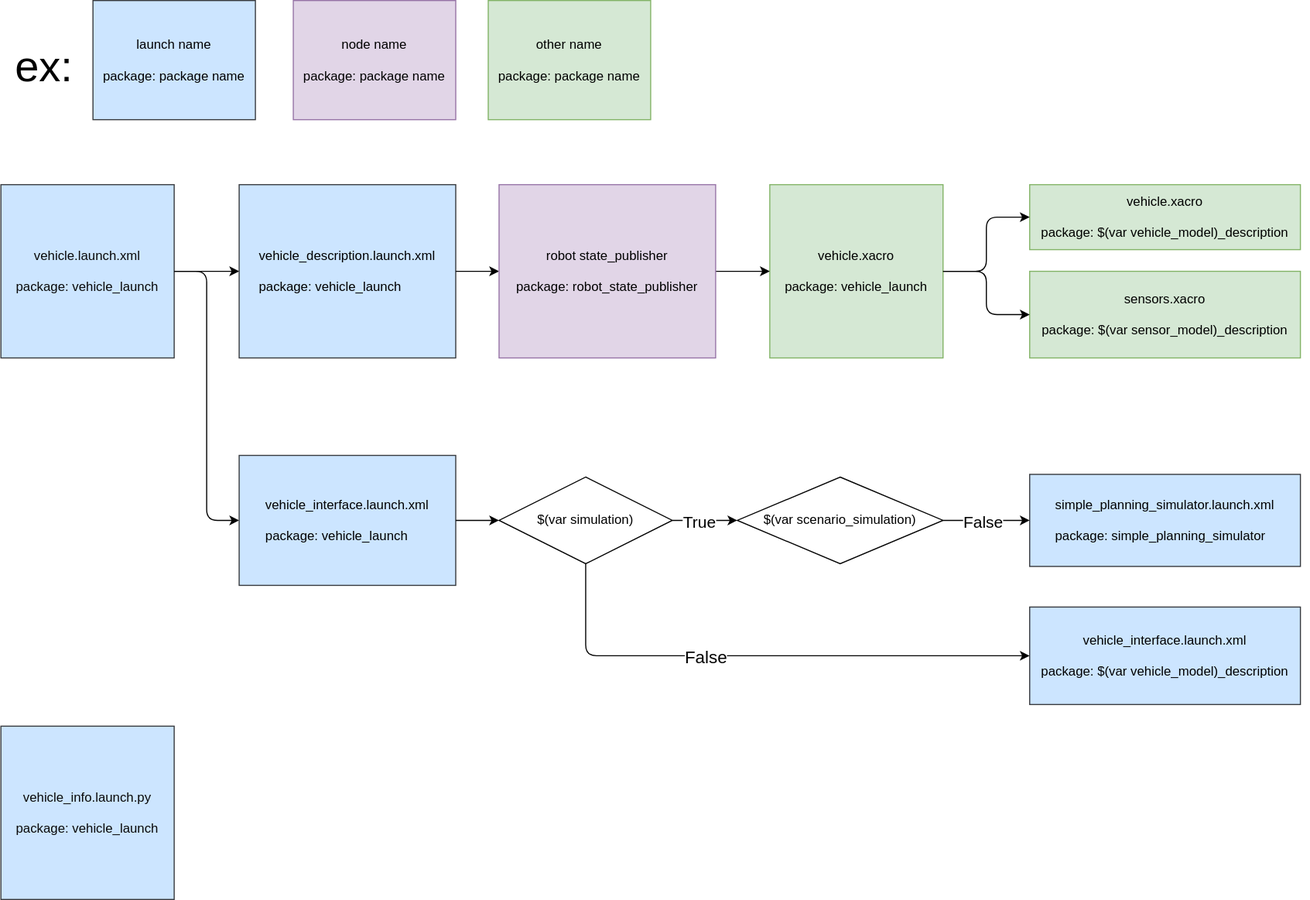
Before: vehicle_launch/vehicle_launch.drawio.svg, a diagram exported from draw.io (autowarefoundation/autoware_launch). Source tidied: cells renumbered, new cells last; positions are measured from the earlier drawing's top-left corner, leaving out a move shared by most shapes. Source of this version:
```xml
<mxGraphModel>
  <root>
    <mxCell id="0" />
    <mxCell id="1" parent="0" />
    <mxCell id="2" value="vehicle.launch.xml&lt;br&gt;&lt;br&gt;&lt;div style=&quot;&quot;&gt;&lt;span&gt;package: vehicle_launch&lt;/span&gt;&lt;/div&gt;" style="rounded=0;whiteSpace=wrap;html=1;fillColor=#cce5ff;strokeColor=#36393d;fontColor=#0A0A0A;verticalAlign=middle;align=center;" parent="1" vertex="1">
      <mxGeometry y="170" width="160" height="160" as="geometry" />
    </mxCell>
    <mxCell id="3" value="vehicle_description.launch.xml&lt;br&gt;&lt;br&gt;&lt;div style=&quot;text-align: left&quot;&gt;package: vehicle_launch&lt;/div&gt;" style="rounded=0;whiteSpace=wrap;html=1;fillColor=#cce5ff;strokeColor=#36393d;fontColor=#000000;" parent="1" vertex="1">
      <mxGeometry x="220" y="170" width="200" height="160" as="geometry" />
    </mxCell>
    <mxCell id="4" style="endArrow=classic;html=1;exitX=1;exitY=0.5;exitDx=0;exitDy=0;entryX=0;entryY=0.5;entryDx=0;entryDy=0;" parent="1" edge="1" source="2" target="3">
      <mxGeometry relative="1" as="geometry" />
    </mxCell>
    <mxCell id="5" style="endArrow=classic;html=1;exitX=1;exitY=0.5;exitDx=0;exitDy=0;entryX=0;entryY=0.5;entryDx=0;entryDy=0;" parent="1" edge="1" source="2" target="6">
      <mxGeometry relative="1" as="geometry">
        <Array as="points">
          <mxPoint x="190" y="250" />
          <mxPoint x="190" y="350" />
          <mxPoint x="190" y="480" />
        </Array>
      </mxGeometry>
    </mxCell>
    <mxCell id="6" value="vehicle_interface.launch.xml&lt;br&gt;&lt;br&gt;&lt;div style=&quot;text-align: left&quot;&gt;&lt;span&gt;package: vehicle_launch&lt;/span&gt;&lt;/div&gt;" style="rounded=0;whiteSpace=wrap;html=1;fillColor=#cce5ff;strokeColor=#36393d;fontColor=#000000;" parent="1" vertex="1">
      <mxGeometry x="220" y="420" width="200" height="120" as="geometry" />
    </mxCell>
    <mxCell id="7" value="simple_planning_simulator.launch.xml&lt;br&gt;&lt;br&gt;&lt;div style=&quot;text-align: left&quot;&gt;&lt;span&gt;package: simple_planning_simulator&lt;/span&gt;&lt;/div&gt;" style="rounded=0;whiteSpace=wrap;html=1;fillColor=#cce5ff;strokeColor=#36393d;fontColor=#000000;verticalAlign=middle;" parent="1" vertex="1">
      <mxGeometry x="950" y="437.5" width="250" height="85" as="geometry" />
    </mxCell>
    <mxCell id="8" style="edgeStyle=none;rounded=0;jettySize=auto;html=1;exitX=1;exitY=0.5;exitDx=0;exitDy=0;entryX=0;entryY=0.5;entryDx=0;entryDy=0;" parent="1" edge="1" source="14" target="27">
      <mxGeometry relative="1" as="geometry" />
    </mxCell>
    <mxCell id="9" value="True" style="edgeLabel;html=1;align=center;verticalAlign=middle;fontSize=15;" parent="8" vertex="1">
      <mxGeometry x="0.26" y="1" relative="1" as="geometry">
        <mxPoint x="-14" y="1" as="offset" />
      </mxGeometry>
    </mxCell>
    <mxCell id="10" value="vehicle_interface.launch.xml&lt;br&gt;&lt;br&gt;&lt;div style=&quot;text-align: left&quot;&gt;&lt;span&gt;package: $(var vehicle_model)_description&lt;/span&gt;&lt;/div&gt;" style="rounded=0;whiteSpace=wrap;html=1;fillColor=#cce5ff;strokeColor=#36393d;fontColor=#000000;" parent="1" vertex="1">
      <mxGeometry x="950" y="560" width="250" height="90" as="geometry" />
    </mxCell>
    <mxCell id="11" style="endArrow=classic;html=1;entryX=0;entryY=0.5;entryDx=0;entryDy=0;exitX=0.5;exitY=1;exitDx=0;exitDy=0;" parent="1" edge="1" source="14" target="10">
      <mxGeometry relative="1" as="geometry">
        <Array as="points">
          <mxPoint x="540" y="605" />
        </Array>
      </mxGeometry>
    </mxCell>
    <mxCell id="12" value="False" style="edgeLabel;html=1;align=center;verticalAlign=middle;fontSize=16;" parent="11" vertex="1">
      <mxGeometry x="0.09" y="-1" relative="1" as="geometry">
        <mxPoint x="-74" y="-1" as="offset" />
      </mxGeometry>
    </mxCell>
    <mxCell id="13" style="edgeStyle=none;rounded=0;jettySize=auto;html=1;exitX=1;exitY=0.5;exitDx=0;exitDy=0;entryX=0;entryY=0.5;entryDx=0;entryDy=0;" parent="1" edge="1" source="6" target="14">
      <mxGeometry relative="1" as="geometry" />
    </mxCell>
    <mxCell id="14" value="$(var simulation)" style="rhombus;whiteSpace=wrap;html=1;" parent="1" vertex="1">
      <mxGeometry x="460" y="440" width="160" height="80" as="geometry" />
    </mxCell>
    <mxCell id="15" value="vehicle.xacro&lt;br&gt;&lt;br&gt;&lt;div style=&quot;text-align: left&quot;&gt;&lt;span&gt;package: vehicle_launch&lt;/span&gt;&lt;/div&gt;&lt;div style=&quot;text-align: left&quot;&gt;&lt;span&gt;&amp;nbsp;&amp;nbsp;&lt;/span&gt;&lt;/div&gt;" style="rounded=0;whiteSpace=wrap;html=1;fillColor=#d5e8d4;strokeColor=#82b366;fontColor=#000000;" parent="1" vertex="1">
      <mxGeometry x="710" y="170" width="160" height="160" as="geometry" />
    </mxCell>
    <mxCell id="16" style="endArrow=classic;html=1;exitX=1;exitY=0.5;exitDx=0;exitDy=0;entryX=0;entryY=0.5;entryDx=0;entryDy=0;" parent="1" edge="1" source="3" target="26">
      <mxGeometry relative="1" as="geometry" />
    </mxCell>
    <mxCell id="17" value="vehicle.xacro&lt;br&gt;&lt;br&gt;package: $(var vehicle_model)_description" style="rounded=0;whiteSpace=wrap;html=1;fillColor=#d5e8d4;strokeColor=#82b366;fontColor=#000000;" parent="1" vertex="1">
      <mxGeometry x="950" y="170" width="250" height="60" as="geometry" />
    </mxCell>
    <mxCell id="18" value="sensors.xacro&lt;br&gt;&lt;br&gt;&lt;div style=&quot;text-align: left&quot;&gt;&lt;span&gt;package: $(var sensor_model)_description&lt;/span&gt;&lt;/div&gt;" style="rounded=0;whiteSpace=wrap;html=1;fillColor=#d5e8d4;strokeColor=#82b366;fontColor=#000000;" parent="1" vertex="1">
      <mxGeometry x="950" y="250" width="250" height="80" as="geometry" />
    </mxCell>
    <mxCell id="19" style="endArrow=classic;html=1;exitX=1;exitY=0.5;exitDx=0;exitDy=0;entryX=0;entryY=0.5;entryDx=0;entryDy=0;" parent="1" edge="1" source="15" target="17">
      <mxGeometry relative="1" as="geometry">
        <Array as="points">
          <mxPoint x="910" y="250" />
          <mxPoint x="910" y="200" />
        </Array>
      </mxGeometry>
    </mxCell>
    <mxCell id="20" style="endArrow=classic;html=1;entryX=0;entryY=0.5;entryDx=0;entryDy=0;exitX=1;exitY=0.5;exitDx=0;exitDy=0;" parent="1" edge="1" source="15" target="18">
      <mxGeometry relative="1" as="geometry">
        <Array as="points">
          <mxPoint x="910" y="250" />
          <mxPoint x="910" y="290" />
        </Array>
      </mxGeometry>
    </mxCell>
    <mxCell id="21" style="edgeStyle=none;rounded=0;orthogonalLoop=1;jettySize=auto;html=1;entryX=1;entryY=0.5;entryDx=0;entryDy=0;" parent="1" edge="1" source="10" target="10">
      <mxGeometry relative="1" as="geometry" />
    </mxCell>
    <mxCell id="22" value="launch name&lt;br&gt;&lt;br&gt;&lt;div style=&quot;text-align: left&quot;&gt;&lt;span&gt;package: package name&lt;/span&gt;&lt;/div&gt;" style="rounded=0;whiteSpace=wrap;html=1;fillColor=#cce5ff;strokeColor=#36393d;fontColor=#000000;" parent="1" vertex="1">
      <mxGeometry x="85" width="150" height="110" as="geometry" />
    </mxCell>
    <mxCell id="23" value="ex:" style="text;html=1;strokeColor=none;fillColor=none;align=center;verticalAlign=middle;whiteSpace=wrap;rounded=0;fontSize=40;" parent="1" vertex="1">
      <mxGeometry x="20" y="50" width="40" height="20" as="geometry" />
    </mxCell>
    <mxCell id="24" style="endArrow=classic;html=1;exitX=1;exitY=0.5;exitDx=0;exitDy=0;entryX=0;entryY=0.5;entryDx=0;entryDy=0;" parent="1" edge="1" source="26" target="15">
      <mxGeometry relative="1" as="geometry" />
    </mxCell>
    <mxCell id="25" value="node name&lt;br&gt;&lt;br&gt;&lt;div style=&quot;text-align: left&quot;&gt;&lt;span&gt;package: package name&lt;/span&gt;&lt;/div&gt;" style="rounded=0;whiteSpace=wrap;html=1;fillColor=#e1d5e7;strokeColor=#9673a6;fontColor=#000000;" parent="1" vertex="1">
      <mxGeometry x="270" width="150" height="110" as="geometry" />
    </mxCell>
    <mxCell id="26" value="robot state_publisher&lt;br&gt;&lt;br&gt;&lt;div style=&quot;text-align: left&quot;&gt;&lt;span&gt;package: robot_state_publisher&lt;/span&gt;&lt;/div&gt;" style="rounded=0;whiteSpace=wrap;html=1;fillColor=#e1d5e7;strokeColor=#9673a6;fontColor=#000000;" parent="1" vertex="1">
      <mxGeometry x="460" y="170" width="200" height="160" as="geometry" />
    </mxCell>
    <mxCell id="27" value="$(var scenario_simulation)" style="rhombus;whiteSpace=wrap;html=1;" parent="1" vertex="1">
      <mxGeometry x="680" y="440" width="190" height="80" as="geometry" />
    </mxCell>
    <mxCell id="28" style="edgeStyle=none;rounded=0;jettySize=auto;html=1;entryX=0;entryY=0.5;entryDx=0;entryDy=0;exitX=1;exitY=0.5;exitDx=0;exitDy=0;" parent="1" edge="1" source="27" target="7">
      <mxGeometry relative="1" as="geometry" />
    </mxCell>
    <mxCell id="29" value="False" style="edgeLabel;html=1;align=center;verticalAlign=middle;fontSize=15;" parent="28" vertex="1">
      <mxGeometry x="0.26" y="1" relative="1" as="geometry">
        <mxPoint x="-14" y="1" as="offset" />
      </mxGeometry>
    </mxCell>
    <mxCell id="30" value="other name&lt;br&gt;&lt;br&gt;&lt;div style=&quot;text-align: left&quot;&gt;&lt;span&gt;package: package name&lt;/span&gt;&lt;/div&gt;" style="rounded=0;whiteSpace=wrap;html=1;fillColor=#d5e8d4;strokeColor=#82b366;fontColor=#000000;" parent="1" vertex="1">
      <mxGeometry x="450" width="150" height="110" as="geometry" />
    </mxCell>
    <mxCell id="31" value="vehicle_info.launch.py&lt;br&gt;&lt;br&gt;&lt;div&gt;&lt;span&gt;package: vehicle_launch&lt;/span&gt;&lt;/div&gt;" style="rounded=0;whiteSpace=wrap;html=1;fillColor=#cce5ff;strokeColor=#36393d;fontColor=#0A0A0A;verticalAlign=middle;align=center;" parent="1" vertex="1">
      <mxGeometry y="670" width="160" height="160" as="geometry" />
    </mxCell>
  </root>
</mxGraphModel>
```
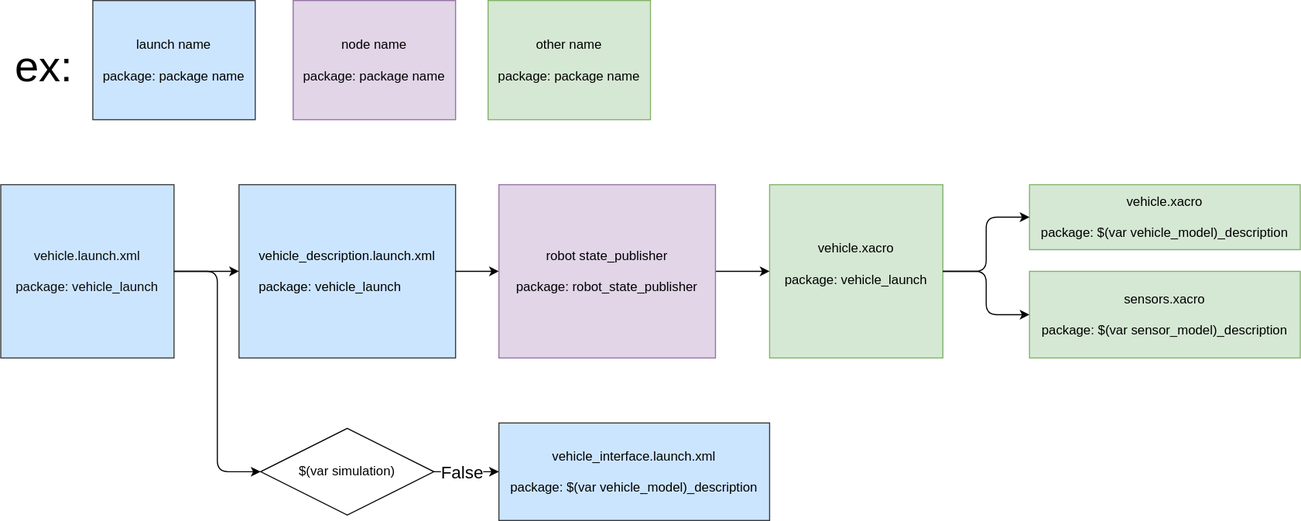
After the commit.

Diff of the diagram source:
```diff
@@ -11,49 +11,22 @@
     <mxCell id="4" style="endArrow=classic;html=1;exitX=1;exitY=0.5;exitDx=0;exitDy=0;entryX=0;entryY=0.5;entryDx=0;entryDy=0;" parent="1" edge="1" source="2" target="3">
       <mxGeometry relative="1" as="geometry" />
     </mxCell>
-    <mxCell id="5" style="endArrow=classic;html=1;exitX=1;exitY=0.5;exitDx=0;exitDy=0;entryX=0;entryY=0.5;entryDx=0;entryDy=0;" parent="1" edge="1" source="2" target="6">
-      <mxGeometry relative="1" as="geometry">
-        <Array as="points">
-          <mxPoint x="190" y="250" />
-          <mxPoint x="190" y="350" />
-          <mxPoint x="190" y="480" />
-        </Array>
-      </mxGeometry>
+    <mxCell id="5" style="endArrow=classic;html=1;exitX=1;exitY=0.5;exitDx=0;exitDy=0;entryX=0;entryY=0.5;entryDx=0;entryDy=0;edgeStyle=orthogonalEdgeStyle;" parent="1" edge="1" source="2" target="14">
+      <mxGeometry relative="1" as="geometry" />
     </mxCell>
-    <mxCell id="6" value="vehicle_interface.launch.xml&lt;br&gt;&lt;br&gt;&lt;div style=&quot;text-align: left&quot;&gt;&lt;span&gt;package: vehicle_launch&lt;/span&gt;&lt;/div&gt;" style="rounded=0;whiteSpace=wrap;html=1;fillColor=#cce5ff;strokeColor=#36393d;fontColor=#000000;" parent="1" vertex="1">
-      <mxGeometry x="220" y="420" width="200" height="120" as="geometry" />
-    </mxCell>
-    <mxCell id="7" value="simple_planning_simulator.launch.xml&lt;br&gt;&lt;br&gt;&lt;div style=&quot;text-align: left&quot;&gt;&lt;span&gt;package: simple_planning_simulator&lt;/span&gt;&lt;/div&gt;" style="rounded=0;whiteSpace=wrap;html=1;fillColor=#cce5ff;strokeColor=#36393d;fontColor=#000000;verticalAlign=middle;" parent="1" vertex="1">
-      <mxGeometry x="950" y="437.5" width="250" height="85" as="geometry" />
-    </mxCell>
-    <mxCell id="8" style="edgeStyle=none;rounded=0;jettySize=auto;html=1;exitX=1;exitY=0.5;exitDx=0;exitDy=0;entryX=0;entryY=0.5;entryDx=0;entryDy=0;" parent="1" edge="1" source="14" target="27">
-      <mxGeometry relative="1" as="geometry" />
-    </mxCell>
-    <mxCell id="9" value="True" style="edgeLabel;html=1;align=center;verticalAlign=middle;fontSize=15;" parent="8" vertex="1">
-      <mxGeometry x="0.26" y="1" relative="1" as="geometry">
-        <mxPoint x="-14" y="1" as="offset" />
-      </mxGeometry>
-    </mxCell>
     <mxCell id="10" value="vehicle_interface.launch.xml&lt;br&gt;&lt;br&gt;&lt;div style=&quot;text-align: left&quot;&gt;&lt;span&gt;package: $(var vehicle_model)_description&lt;/span&gt;&lt;/div&gt;" style="rounded=0;whiteSpace=wrap;html=1;fillColor=#cce5ff;strokeColor=#36393d;fontColor=#000000;" parent="1" vertex="1">
-      <mxGeometry x="950" y="560" width="250" height="90" as="geometry" />
+      <mxGeometry x="460" y="390" width="250" height="90" as="geometry" />
     </mxCell>
-    <mxCell id="11" style="endArrow=classic;html=1;entryX=0;entryY=0.5;entryDx=0;entryDy=0;exitX=0.5;exitY=1;exitDx=0;exitDy=0;" parent="1" edge="1" source="14" target="10">
-      <mxGeometry relative="1" as="geometry">
-        <Array as="points">
-          <mxPoint x="540" y="605" />
-        </Array>
-      </mxGeometry>
+    <mxCell id="11" style="endArrow=classic;html=1;entryX=0;entryY=0.5;entryDx=0;entryDy=0;exitX=1;exitY=0.5;exitDx=0;exitDy=0;" parent="1" edge="1" source="14" target="10">
+      <mxGeometry relative="1" as="geometry" />
     </mxCell>
     <mxCell id="12" value="False" style="edgeLabel;html=1;align=center;verticalAlign=middle;fontSize=16;" parent="11" vertex="1">
       <mxGeometry x="0.09" y="-1" relative="1" as="geometry">
-        <mxPoint x="-74" y="-1" as="offset" />
+        <mxPoint x="-8" y="-1" as="offset" />
       </mxGeometry>
     </mxCell>
-    <mxCell id="13" style="edgeStyle=none;rounded=0;jettySize=auto;html=1;exitX=1;exitY=0.5;exitDx=0;exitDy=0;entryX=0;entryY=0.5;entryDx=0;entryDy=0;" parent="1" edge="1" source="6" target="14">
-      <mxGeometry relative="1" as="geometry" />
-    </mxCell>
     <mxCell id="14" value="$(var simulation)" style="rhombus;whiteSpace=wrap;html=1;" parent="1" vertex="1">
-      <mxGeometry x="460" y="440" width="160" height="80" as="geometry" />
+      <mxGeometry x="240" y="395" width="160" height="80" as="geometry" />
     </mxCell>
     <mxCell id="15" value="vehicle.xacro&lt;br&gt;&lt;br&gt;&lt;div style=&quot;text-align: left&quot;&gt;&lt;span&gt;package: vehicle_launch&lt;/span&gt;&lt;/div&gt;&lt;div style=&quot;text-align: left&quot;&gt;&lt;span&gt;&amp;nbsp;&amp;nbsp;&lt;/span&gt;&lt;/div&gt;" style="rounded=0;whiteSpace=wrap;html=1;fillColor=#d5e8d4;strokeColor=#82b366;fontColor=#000000;" parent="1" vertex="1">
       <mxGeometry x="710" y="170" width="160" height="160" as="geometry" />
@@ -101,22 +74,8 @@
     <mxCell id="26" value="robot state_publisher&lt;br&gt;&lt;br&gt;&lt;div style=&quot;text-align: left&quot;&gt;&lt;span&gt;package: robot_state_publisher&lt;/span&gt;&lt;/div&gt;" style="rounded=0;whiteSpace=wrap;html=1;fillColor=#e1d5e7;strokeColor=#9673a6;fontColor=#000000;" parent="1" vertex="1">
       <mxGeometry x="460" y="170" width="200" height="160" as="geometry" />
     </mxCell>
-    <mxCell id="27" value="$(var scenario_simulation)" style="rhombus;whiteSpace=wrap;html=1;" parent="1" vertex="1">
-      <mxGeometry x="680" y="440" width="190" height="80" as="geometry" />
-    </mxCell>
-    <mxCell id="28" style="edgeStyle=none;rounded=0;jettySize=auto;html=1;entryX=0;entryY=0.5;entryDx=0;entryDy=0;exitX=1;exitY=0.5;exitDx=0;exitDy=0;" parent="1" edge="1" source="27" target="7">
-      <mxGeometry relative="1" as="geometry" />
-    </mxCell>
-    <mxCell id="29" value="False" style="edgeLabel;html=1;align=center;verticalAlign=middle;fontSize=15;" parent="28" vertex="1">
-      <mxGeometry x="0.26" y="1" relative="1" as="geometry">
-        <mxPoint x="-14" y="1" as="offset" />
-      </mxGeometry>
-    </mxCell>
     <mxCell id="30" value="other name&lt;br&gt;&lt;br&gt;&lt;div style=&quot;text-align: left&quot;&gt;&lt;span&gt;package: package name&lt;/span&gt;&lt;/div&gt;" style="rounded=0;whiteSpace=wrap;html=1;fillColor=#d5e8d4;strokeColor=#82b366;fontColor=#000000;" parent="1" vertex="1">
       <mxGeometry x="450" width="150" height="110" as="geometry" />
     </mxCell>
-    <mxCell id="31" value="vehicle_info.launch.py&lt;br&gt;&lt;br&gt;&lt;div&gt;&lt;span&gt;package: vehicle_launch&lt;/span&gt;&lt;/div&gt;" style="rounded=0;whiteSpace=wrap;html=1;fillColor=#cce5ff;strokeColor=#36393d;fontColor=#0A0A0A;verticalAlign=middle;align=center;" parent="1" vertex="1">
-      <mxGeometry y="670" width="160" height="160" as="geometry" />
-    </mxCell>
   </root>
 </mxGraphModel>
```
